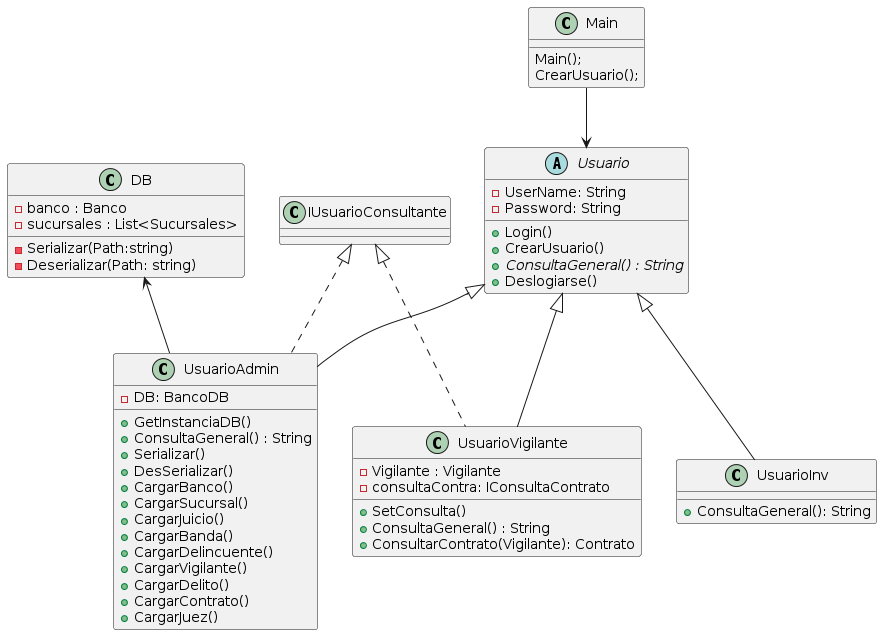
Before: Documentacion/DiagramaClasesVUSUARIOS.png, a diagram exported from PlantUML (IMettaINSPT/1ParcialP2).
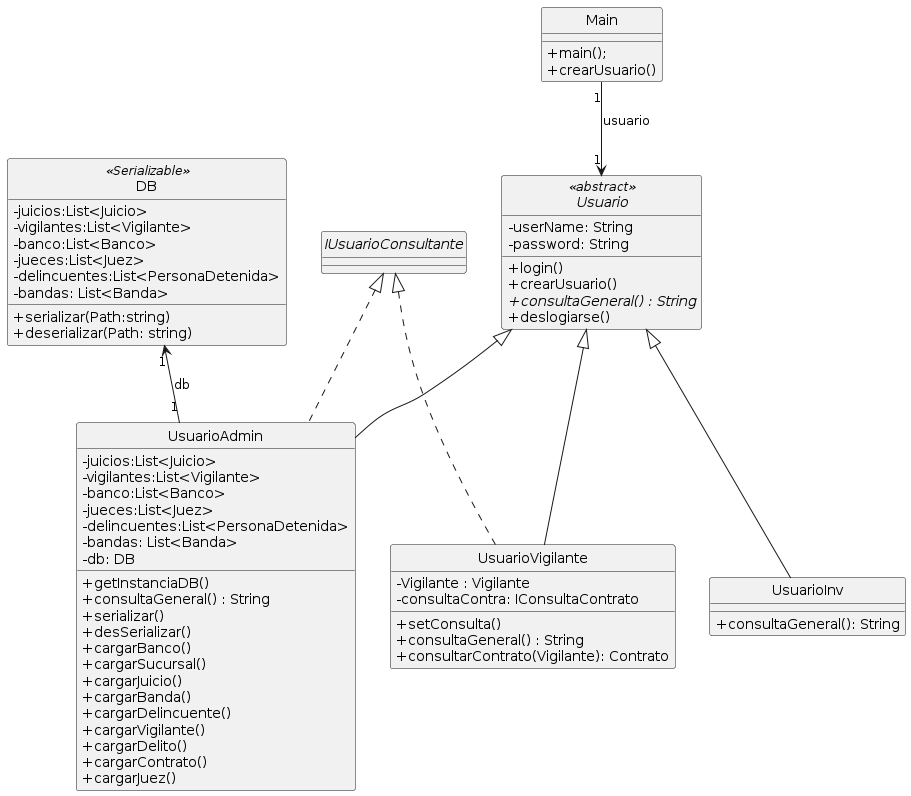
The same file after the commit.

The edit, as a diff of the source:
```diff
@@ -1,59 +1,74 @@
 @startuml
+hide circle
+skinparam classAttributeIconSize 0
+
+
 class UsuarioAdmin{
-- DB: BancoDB
-+GetInstanciaDB()
-+ConsultaGeneral() : String
-+Serializar()
-+DesSerializar()
-+CargarBanco()
-+CargarSucursal()
-+CargarJuicio()
-+CargarBanda()
-+CargarDelincuente()
-+CargarVigilante()
-+CargarDelito()
-+CargarContrato()
-+CargarJuez()
+-juicios:List<Juicio>
+-vigilantes:List<Vigilante>
+-banco:List<Banco>
+-jueces:List<Juez>
+-delincuentes:List<PersonaDetenida>
+-bandas: List<Banda>
+-db: DB
++getInstanciaDB()
++consultaGeneral() : String
++serializar()
++desSerializar()
++cargarBanco()
++cargarSucursal()
++cargarJuicio()
++cargarBanda()
++cargarDelincuente()
++cargarVigilante()
++cargarDelito()
++cargarContrato()
++cargarJuez()
 }
 
 class UsuarioInv{
-+ConsultaGeneral(): String
++consultaGeneral(): String
 }
 
 class UsuarioVigilante{
 - Vigilante : Vigilante
 - consultaContra: IConsultaContrato
-+SetConsulta()
-+ConsultaGeneral() : String
-+ConsultarContrato(Vigilante): Contrato
++setConsulta()
++consultaGeneral() : String
++consultarContrato(Vigilante): Contrato
 }
 
 
 class Main{
 
-  Main();
-  CrearUsuario();
+  +main();
+  +crearUsuario()
 }
 
-Main --> Usuario
-abstract class Usuario{
--UserName: String
--Password: String
-+Login()
-+CrearUsuario()
-+{abstract}ConsultaGeneral() : String
-+Deslogiarse()
+Main "1" --> "1" Usuario : usuario
+abstract class Usuario <<abstract>>{
+-userName: String
+-password: String
++login()
++crearUsuario()
++{abstract}consultaGeneral() : String
++deslogiarse()
 }
 
-class DB{
-  -banco : Banco
-  -sucursales : List<Sucursales>
-  -Serializar(Path:string)
-  -Deserializar(Path: string)
+class DB <<Serializable>>{
+  -juicios:List<Juicio>
+  -vigilantes:List<Vigilante>
+  -banco:List<Banco>
+  -jueces:List<Juez>
+  -delincuentes:List<PersonaDetenida>
+  -bandas: List<Banda>
+  +serializar(Path:string)
+  +deserializar(Path: string)
 }
 
+interface IUsuarioConsultante {}
 
-DB <-- UsuarioAdmin
+DB "1"<-- "1" UsuarioAdmin :db
 Usuario <|-- UsuarioAdmin
 Usuario <|-- UsuarioInv
 Usuario <|-- UsuarioVigilante
```
